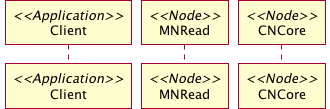
The PlantUML diagram docs/use-cases/images/sequence-43.png in DataONEorg/sem-prov-design, before a commit. Its diagram source:
```plantuml
@startuml images/sequence-43.png

participant "Client" as app_client <<Application>>
participant "MNRead" as mnread <<Node>>
participant "CNCore" as cncore <<Node>>
@enduml
```
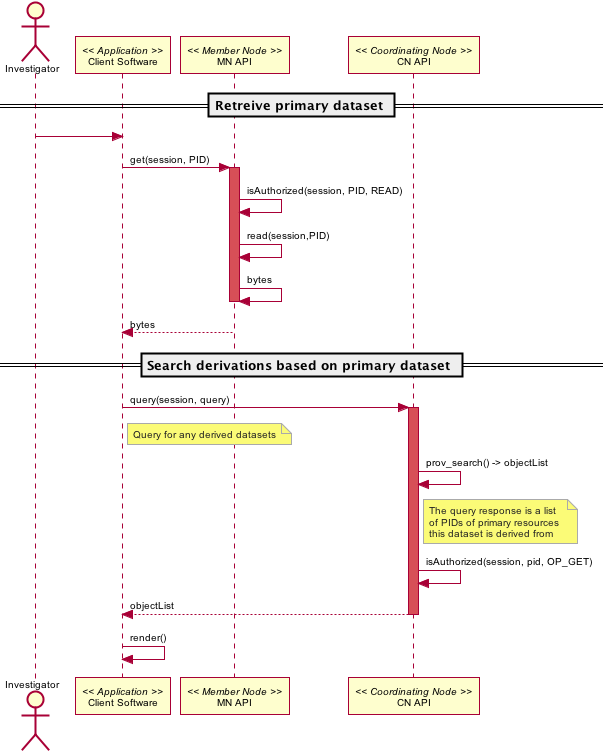
The same diagram one commit later.

Commit message:
Add the use case 44 sequence diagram.

What changed in the source:
```diff
@@ -1,6 +1,96 @@
 @startuml images/sequence-43.png
 
-participant "Client" as app_client <<Application>>
-participant "MNRead" as mnread <<Node>>
-participant "CNCore" as cncore <<Node>>
+skinparam activityFontColor black
+skinparam activityFontSize 10
+skinparam activityFontName arial
+skinparam activityArrowFontColor black
+skinparam activityArrowFontSize 10
+skinparam activityArrowFontName arial
+skinparam classArrowFontColor black
+skinparam classArrowFontSize 10
+skinparam classArrowFontName arial
+skinparam classAttributeFontColor black
+skinparam classAttributeFontSize 10
+skinparam classAttributeFontName arial
+skinparam classFontColor black
+skinparam classFontSize 10
+skinparam classFontName arial
+skinparam componentFontColor black
+skinparam componentFontSize 10
+skinparam componentFontName arial
+skinparam componentArrowFontColor black
+skinparam componentArrowFontSize 10
+skinparam componentArrowFontName arial
+skinparam noteFontColor black
+skinparam noteFontSize 10
+skinparam noteFontName arial
+skinparam notebordercolor #AAAAAA
+skinparam notefontcolor #222222
+skinparam packageFontColor black
+skinparam packageFontSize 10
+skinparam packageFontName arial
+skinparam sequenceActorFontColor black
+skinparam sequenceActorFontSize 10
+skinparam sequenceActorFontName arial
+skinparam sequenceArrowFontColor black
+skinparam sequenceArrowFontSize 10
+skinparam sequenceArrowFontName arial
+skinparam sequenceGroupingFontColor black
+skinparam sequenceGroupingFontSize 10
+skinparam sequenceGroupingFontName arial
+skinparam sequenceGroupingHeaderFontColor black
+skinparam sequenceGroupingHeaderFontSize 10
+skinparam sequenceGroupingHeaderFontName arial
+skinparam sequenceParticipantFontColor black
+skinparam sequenceParticipantFontSize 10
+skinparam sequenceParticipantFontName arial
+skinparam sequenceTitleFontColor black
+skinparam sequenceTitleFontSize 10
+skinparam sequenceTitleFontName arial
+skinparam titleFontColor black
+skinparam titleFontSize 10
+skinparam titleFontName arial
+skinparam usecaseFontColor black
+skinparam usecaseFontSize 10
+skinparam usecaseFontName arial
+skinparam usecaseActorFontColor black
+skinparam usecaseActorFontSize 10
+skinparam usecaseActorFontName arial
+skinparam usecaseArrowFontColor black
+skinparam usecaseArrowFontSize 10
+skinparam usecaseArrowFontName arial
+   actor Investigator
+   participant "Client Software" as app_client << Application >>
+   participant "MN API" as mn_api << Member Node >>
+   participant "CN API" as cn_api << Coordinating Node >>
+
+   == Retreive primary dataset ==
+
+   Investigator -> app_client
+
+   app_client -> mn_api: get(session, PID)
+   activate mn_api #D74F57
+     mn_api -> mn_api: isAuthorized(session, PID, READ)
+     mn_api -> mn_api: read(session,PID)
+     mn_api <- mn_api: bytes
+   deactivate mn_api
+   app_client <-- mn_api: bytes
+
+   == Search derivations based on primary dataset ==
+
+   app_client -> cn_api: query(session, query)
+   note right of app_client
+    Query for any derived datasets
+   end note
+   activate cn_api #D74F57
+     cn_api -> cn_api: prov_search() -> objectList
+     note right of cn_api
+       The query response is a list
+       of PIDs of primary resources
+       this dataset is derived from
+     end note
+     cn_api -> cn_api: isAuthorized(session, pid, OP_GET)
+     app_client <-- cn_api: objectList
+   deactivate cn_api
+     app_client -> app_client: render()
 @enduml
```
